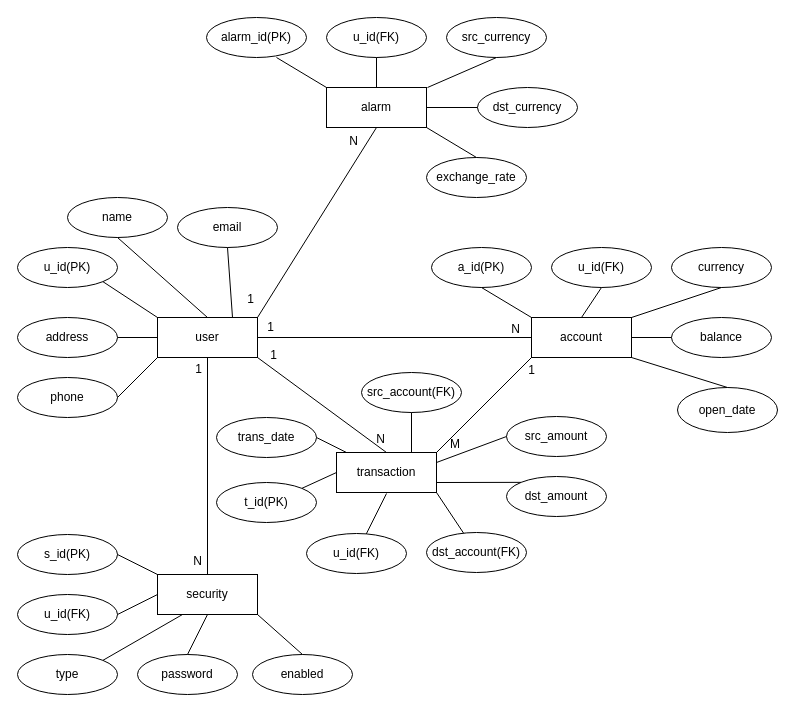
waynefeng79/MSE800 keeps this draw.io diagram as week3/act2/money_exchange.drawio. Above is the earlier version. Source tidied: cells renumbered, new cells numbered last; positions are measured from the earlier drawing's top-left corner, leaving out a move shared by most shapes. Both pictures are drawn from the tidied source at 100%, with x=0, y=0 at pixel (17, 17).
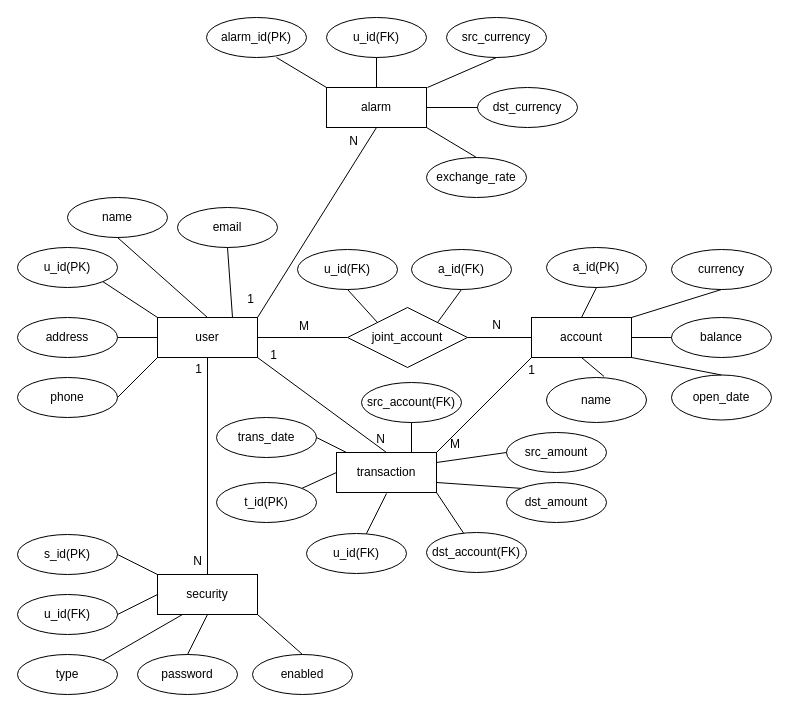
After the change.

Unchanged cells that the change refers to:
```xml
<mxCell id="2" value="user" style="whiteSpace=wrap;html=1;align=center;" parent="1" vertex="1">
  <mxGeometry x="140" y="300" width="100" height="40" as="geometry" />
</mxCell>
<mxCell id="13" value="account" style="whiteSpace=wrap;html=1;align=center;" parent="1" vertex="1">
  <mxGeometry x="514" y="300" width="100" height="40" as="geometry" />
</mxCell>
```

What changed in the source:
```diff
@@
     <mxCell id="14" value="a_id(PK)" style="ellipse;whiteSpace=wrap;html=1;align=center;" parent="1" vertex="1">
-      <mxGeometry x="414" y="230" width="100" height="40" as="geometry" />
+      <mxGeometry x="529" y="230" width="100" height="40" as="geometry" />
     </mxCell>
@@
     <mxCell id="16" value="currency" style="ellipse;whiteSpace=wrap;html=1;align=center;" parent="1" vertex="1">
-      <mxGeometry x="654" y="230" width="100" height="40" as="geometry" />
+      <mxGeometry x="654" y="232" width="100" height="40" as="geometry" />
     </mxCell>
@@
     <mxCell id="18" value="u_id(FK)" style="ellipse;whiteSpace=wrap;html=1;align=center;" parent="1" vertex="1">
-      <mxGeometry x="534" y="230" width="100" height="40" as="geometry" />
+      <mxGeometry x="280" y="232" width="100" height="40" as="geometry" />
     </mxCell>
     <mxCell id="19" value="open_date" style="ellipse;whiteSpace=wrap;html=1;align=center;" parent="1" vertex="1">
-      <mxGeometry x="660" y="370" width="100" height="45" as="geometry" />
+      <mxGeometry x="654" y="357.5" width="100" height="45" as="geometry" />
     </mxCell>
-    <mxCell id="20" style="endArrow=none;html=1;rounded=0;exitX=0.5;exitY=1;exitDx=0;exitDy=0;entryX=0;entryY=0;entryDx=0;entryDy=0;" parent="1" edge="1" source="14" target="13">
+    <mxCell id="20" style="endArrow=none;html=1;rounded=0;exitX=0.5;exitY=1;exitDx=0;exitDy=0;entryX=0.5;entryY=0;entryDx=0;entryDy=0;" parent="1" edge="1" source="14" target="13">
       <mxGeometry relative="1" as="geometry" />
     </mxCell>
-    <mxCell id="21" style="endArrow=none;html=1;rounded=0;exitX=0.5;exitY=1;exitDx=0;exitDy=0;entryX=0.5;entryY=0;entryDx=0;entryDy=0;" parent="1" edge="1" source="18" target="13">
+    <mxCell id="21" style="endArrow=none;html=1;rounded=0;exitX=0.5;exitY=1;exitDx=0;exitDy=0;entryX=0;entryY=0;entryDx=0;entryDy=0;" parent="1" edge="1" source="18" target="76">
       <mxGeometry relative="1" as="geometry" />
     </mxCell>
@@
-    <mxCell id="25" style="endArrow=none;html=1;rounded=0;exitX=1;exitY=0.5;exitDx=0;exitDy=0;entryX=0;entryY=0.5;entryDx=0;entryDy=0;" parent="1" edge="1" source="2" target="13">
+    <mxCell id="25" style="endArrow=none;html=1;rounded=0;exitX=1;exitY=0.5;exitDx=0;exitDy=0;entryX=0;entryY=0.5;entryDx=0;entryDy=0;" parent="1" edge="1" source="2" target="76">
       <mxGeometry relative="1" as="geometry" />
     </mxCell>
-    <mxCell id="26" value="N" style="html=1;whiteSpace=wrap;align=right;verticalAlign=bottom;" parent="25" vertex="1">
+    <mxCell id="26" value="M" style="html=1;whiteSpace=wrap;align=right;verticalAlign=bottom;" parent="25" vertex="1">
       <mxGeometry x="1" relative="1" as="geometry">
-        <mxPoint x="-10" as="offset" />
+        <mxPoint x="-37" y="-3" as="offset" />
       </mxGeometry>
     </mxCell>
-    <mxCell id="27" value="1" style="html=1;whiteSpace=wrap;align=right;verticalAlign=bottom;" parent="1" vertex="1">
-      <mxGeometry x="240" y="300" as="geometry">
-        <mxPoint x="18" y="18" as="offset" />
-      </mxGeometry>
-    </mxCell>
@@
     <mxCell id="34" value="dst_amount" style="ellipse;whiteSpace=wrap;html=1;align=center;" parent="1" vertex="1">
-      <mxGeometry x="489" y="459" width="100" height="40" as="geometry" />
+      <mxGeometry x="489" y="465" width="100" height="40" as="geometry" />
     </mxCell>
     <mxCell id="35" value="src_account(FK)" style="ellipse;whiteSpace=wrap;html=1;align=center;" parent="1" vertex="1">
-      <mxGeometry x="344" y="355" width="100" height="40" as="geometry" />
+      <mxGeometry x="344" y="365" width="100" height="40" as="geometry" />
     </mxCell>
     <mxCell id="36" value="src_amount" style="ellipse;whiteSpace=wrap;html=1;align=center;" parent="1" vertex="1">
-      <mxGeometry x="489" y="399" width="100" height="40" as="geometry" />
+      <mxGeometry x="489" y="415" width="100" height="40" as="geometry" />
     </mxCell>
@@
+    <mxCell id="76" value="joint_account" style="shape=rhombus;perimeter=rhombusPerimeter;whiteSpace=wrap;html=1;align=center;" parent="1" vertex="1">
+      <mxGeometry x="330" y="290" width="120" height="60" as="geometry" />
+    </mxCell>
+    <mxCell id="77" style="endArrow=none;html=1;rounded=0;exitX=1;exitY=0.5;exitDx=0;exitDy=0;entryX=0;entryY=0.5;entryDx=0;entryDy=0;" parent="1" edge="1" source="76" target="13">
+      <mxGeometry relative="1" as="geometry" />
+    </mxCell>
+    <mxCell id="78" value="N" style="html=1;whiteSpace=wrap;align=right;verticalAlign=bottom;" parent="77" vertex="1">
+      <mxGeometry x="1" relative="1" as="geometry">
+        <mxPoint x="-29" y="-4" as="offset" />
+      </mxGeometry>
+    </mxCell>
+    <mxCell id="79" value="a_id(FK)" style="ellipse;whiteSpace=wrap;html=1;align=center;" parent="1" vertex="1">
+      <mxGeometry x="394" y="232" width="100" height="40" as="geometry" />
+    </mxCell>
+    <mxCell id="80" style="endArrow=none;html=1;rounded=0;entryX=1;entryY=0;entryDx=0;entryDy=0;exitX=0.5;exitY=1;exitDx=0;exitDy=0;" parent="1" edge="1" source="79" target="76">
+      <mxGeometry relative="1" as="geometry" />
+    </mxCell>
+    <mxCell id="81" value="name" style="ellipse;whiteSpace=wrap;html=1;align=center;" parent="1" vertex="1">
+      <mxGeometry x="529" y="360" width="100" height="45" as="geometry" />
+    </mxCell>
+    <mxCell id="82" style="endArrow=none;html=1;rounded=0;exitX=0.5;exitY=1;exitDx=0;exitDy=0;entryX=0.576;entryY=-0.022;entryDx=0;entryDy=0;entryPerimeter=0;" parent="1" edge="1" source="13" target="81">
+      <mxGeometry relative="1" as="geometry" />
+    </mxCell>
```
